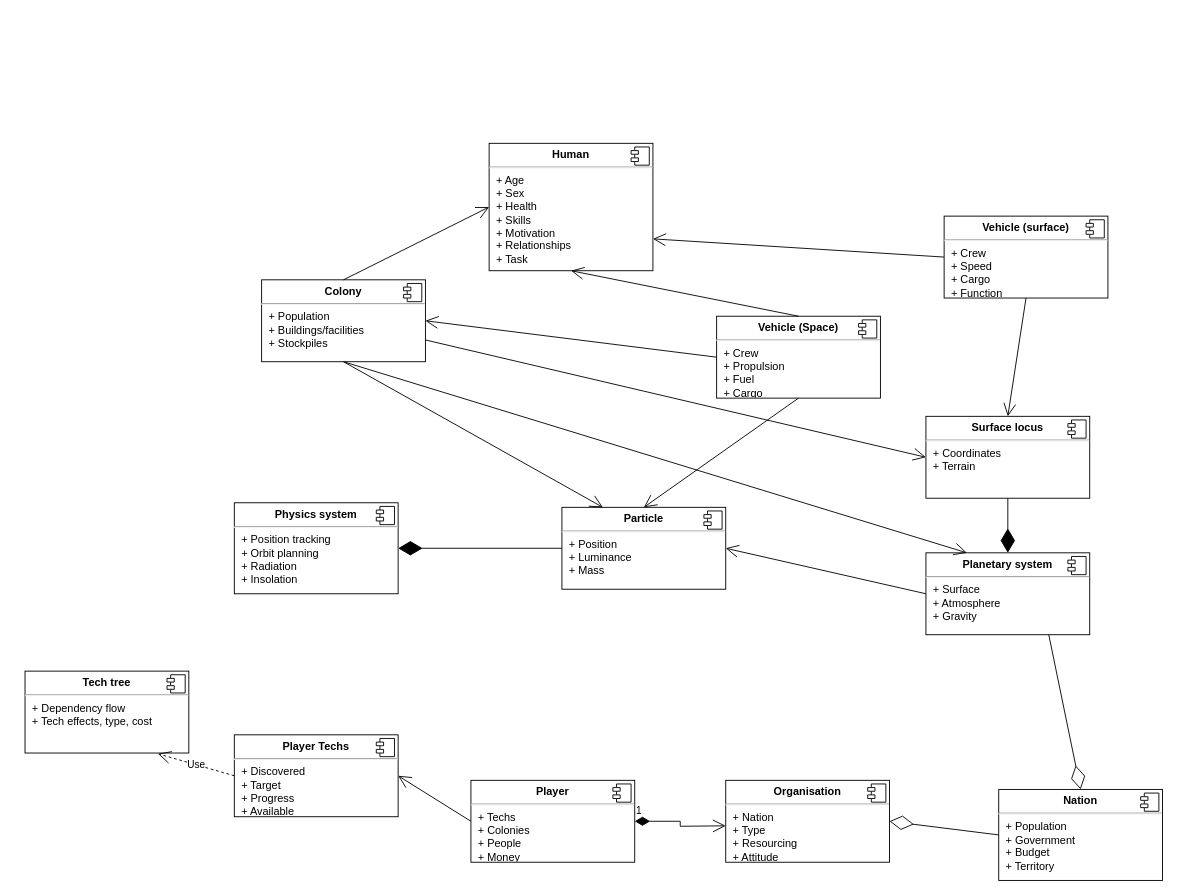
This is documentation/Space_top_level.drawio from EdW1-0/SpaceSim, a draw.io file, before an edit. Source tidied: cells renumbered, new cells numbered last; positions are measured from the earlier drawing's top-left corner, leaving out a move shared by most shapes. Both pictures are drawn from the tidied source at 91%, with x=0, y=0 at pixel (25, 143).
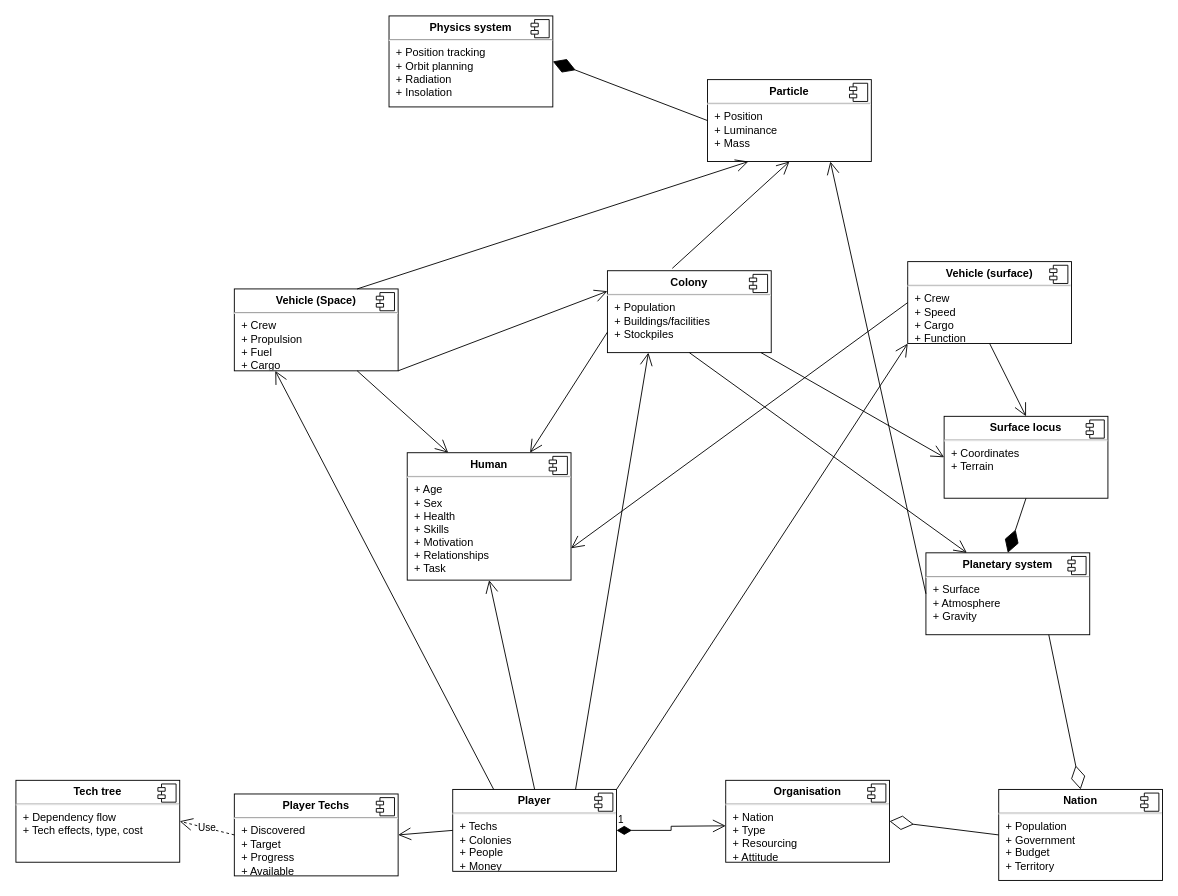
Above is the later version.

Commit message:
Reordered diagram and added linkage from player

Unchanged cells that the change refers to:
```xml
<mxCell id="10" value="&lt;p style=&quot;margin:0px;margin-top:6px;text-align:center;&quot;&gt;&lt;b&gt;Planetary system&lt;/b&gt;&lt;/p&gt;&lt;hr&gt;&lt;p style=&quot;margin:0px;margin-left:8px;&quot;&gt;+ Surface&lt;/p&gt;&lt;p style=&quot;margin:0px;margin-left:8px;&quot;&gt;+ Atmosphere&lt;/p&gt;&lt;p style=&quot;margin:0px;margin-left:8px;&quot;&gt;+ Gravity&lt;/p&gt;" style="align=left;overflow=fill;html=1;rounded=0;" parent="1" vertex="1">
  <mxGeometry x="990" y="450" width="180" height="90" as="geometry" />
</mxCell>
```

The edit, as a diff of the source:
```diff
@@
     <mxCell id="2" value="&lt;p style=&quot;margin:0px;margin-top:6px;text-align:center;&quot;&gt;&lt;b&gt;Physics system&lt;/b&gt;&lt;/p&gt;&lt;hr&gt;&lt;p style=&quot;margin:0px;margin-left:8px;&quot;&gt;+ Position tracking&lt;br&gt;+ Orbit planning&lt;/p&gt;&lt;p style=&quot;margin:0px;margin-left:8px;&quot;&gt;+ Radiation&lt;/p&gt;&lt;p style=&quot;margin:0px;margin-left:8px;&quot;&gt;+ Insolation&lt;/p&gt;" style="align=left;overflow=fill;html=1;rounded=0;" parent="1" vertex="1">
-      <mxGeometry x="230" y="395" width="180" height="100" as="geometry" />
+      <mxGeometry x="400" y="-140" width="180" height="100" as="geometry" />
     </mxCell>
@@
     <mxCell id="4" value="&lt;p style=&quot;margin:0px;margin-top:6px;text-align:center;&quot;&gt;&lt;b&gt;Player&lt;/b&gt;&lt;/p&gt;&lt;hr&gt;&lt;p style=&quot;margin:0px;margin-left:8px;&quot;&gt;+ Techs&lt;br&gt;+ Colonies&lt;/p&gt;&lt;p style=&quot;margin:0px;margin-left:8px;&quot;&gt;+ People&lt;/p&gt;&lt;p style=&quot;margin:0px;margin-left:8px;&quot;&gt;+ Money&lt;/p&gt;" style="align=left;overflow=fill;html=1;rounded=0;" parent="1" vertex="1">
-      <mxGeometry x="490" y="700" width="180" height="90" as="geometry" />
+      <mxGeometry x="470" y="710" width="180" height="90" as="geometry" />
     </mxCell>
@@
     <mxCell id="8" value="&lt;p style=&quot;margin:0px;margin-top:6px;text-align:center;&quot;&gt;&lt;b&gt;Tech tree&lt;/b&gt;&lt;/p&gt;&lt;hr&gt;&lt;p style=&quot;margin:0px;margin-left:8px;&quot;&gt;+ Dependency flow&lt;br&gt;+ Tech effects, type, cost&lt;/p&gt;" style="align=left;overflow=fill;html=1;rounded=0;" parent="1" vertex="1">
-      <mxGeometry y="580" width="180" height="90" as="geometry" />
+      <mxGeometry x="-10" y="700" width="180" height="90" as="geometry" />
     </mxCell>
@@
     <mxCell id="12" value="&lt;p style=&quot;margin:0px;margin-top:6px;text-align:center;&quot;&gt;&lt;b&gt;Colony&lt;/b&gt;&lt;/p&gt;&lt;hr&gt;&lt;p style=&quot;margin:0px;margin-left:8px;&quot;&gt;+ Population&lt;br&gt;+ Buildings/facilities&lt;/p&gt;&lt;p style=&quot;margin:0px;margin-left:8px;&quot;&gt;+ Stockpiles&lt;/p&gt;" style="align=left;overflow=fill;html=1;rounded=0;" parent="1" vertex="1">
-      <mxGeometry x="260" y="150" width="180" height="90" as="geometry" />
+      <mxGeometry x="640" y="140" width="180" height="90" as="geometry" />
     </mxCell>
@@
     <mxCell id="14" value="&lt;p style=&quot;margin:0px;margin-top:6px;text-align:center;&quot;&gt;&lt;b&gt;Human&lt;/b&gt;&lt;/p&gt;&lt;hr&gt;&lt;p style=&quot;margin:0px;margin-left:8px;&quot;&gt;+ Age&lt;br&gt;+ Sex&lt;/p&gt;&lt;p style=&quot;margin:0px;margin-left:8px;&quot;&gt;+ Health&lt;/p&gt;&lt;p style=&quot;margin:0px;margin-left:8px;&quot;&gt;+ Skills&lt;/p&gt;&lt;p style=&quot;margin:0px;margin-left:8px;&quot;&gt;+ Motivation&lt;/p&gt;&lt;p style=&quot;margin:0px;margin-left:8px;&quot;&gt;+ Relationships&lt;/p&gt;&lt;p style=&quot;margin:0px;margin-left:8px;&quot;&gt;+ Task&lt;/p&gt;" style="align=left;overflow=fill;html=1;rounded=0;" parent="1" vertex="1">
-      <mxGeometry x="510" width="180" height="140" as="geometry" />
+      <mxGeometry x="420" y="340" width="180" height="140" as="geometry" />
     </mxCell>
@@
     <mxCell id="16" value="&lt;p style=&quot;margin:0px;margin-top:6px;text-align:center;&quot;&gt;&lt;b&gt;Vehicle (Space)&lt;/b&gt;&lt;/p&gt;&lt;hr&gt;&lt;p style=&quot;margin:0px;margin-left:8px;&quot;&gt;+ Crew&lt;br&gt;+ Propulsion&lt;/p&gt;&lt;p style=&quot;margin:0px;margin-left:8px;&quot;&gt;+ Fuel&lt;/p&gt;&lt;p style=&quot;margin:0px;margin-left:8px;&quot;&gt;+ Cargo&lt;/p&gt;" style="align=left;overflow=fill;html=1;rounded=0;" parent="1" vertex="1">
-      <mxGeometry x="760" y="190" width="180" height="90" as="geometry" />
+      <mxGeometry x="230" y="160" width="180" height="90" as="geometry" />
     </mxCell>
@@
     <mxCell id="18" value="&lt;p style=&quot;margin:0px;margin-top:6px;text-align:center;&quot;&gt;&lt;b&gt;Vehicle (surface)&lt;/b&gt;&lt;/p&gt;&lt;hr&gt;&lt;p style=&quot;margin:0px;margin-left:8px;&quot;&gt;+ Crew&lt;/p&gt;&lt;p style=&quot;margin:0px;margin-left:8px;&quot;&gt;+ Speed&lt;/p&gt;&lt;p style=&quot;margin:0px;margin-left:8px;&quot;&gt;+ Cargo&lt;/p&gt;&lt;p style=&quot;margin:0px;margin-left:8px;&quot;&gt;+ Function&lt;/p&gt;" style="align=left;overflow=fill;html=1;rounded=0;" parent="1" vertex="1">
-      <mxGeometry x="1010" y="80" width="180" height="90" as="geometry" />
+      <mxGeometry x="970" y="130" width="180" height="90" as="geometry" />
     </mxCell>
@@
     <mxCell id="26" value="&lt;p style=&quot;margin:0px;margin-top:6px;text-align:center;&quot;&gt;&lt;b&gt;Particle&lt;/b&gt;&lt;/p&gt;&lt;hr&gt;&lt;p style=&quot;margin:0px;margin-left:8px;&quot;&gt;+ Position&lt;br&gt;&lt;/p&gt;&lt;p style=&quot;margin:0px;margin-left:8px;&quot;&gt;+ Luminance&lt;/p&gt;&lt;p style=&quot;margin:0px;margin-left:8px;&quot;&gt;+ Mass&lt;/p&gt;" style="align=left;overflow=fill;html=1;rounded=0;" parent="1" vertex="1">
-      <mxGeometry x="590" y="400" width="180" height="90" as="geometry" />
+      <mxGeometry x="750" y="-70" width="180" height="90" as="geometry" />
     </mxCell>
@@
-    <mxCell id="29" style="endArrow=open;endFill=1;endSize=12;html=1;rounded=0;exitX=0.5;exitY=1;exitDx=0;exitDy=0;entryX=0.5;entryY=0;entryDx=0;entryDy=0;" parent="1" edge="1" source="16" target="26">
+    <mxCell id="29" style="endArrow=open;endFill=1;endSize=12;html=1;rounded=0;exitX=0.75;exitY=0;exitDx=0;exitDy=0;entryX=0.25;entryY=1;entryDx=0;entryDy=0;" parent="1" edge="1" source="16" target="26">
       <mxGeometry relative="1" as="geometry" />
     </mxCell>
-    <mxCell id="30" style="endArrow=open;endFill=1;endSize=12;html=1;rounded=0;exitX=0;exitY=0.5;exitDx=0;exitDy=0;entryX=1;entryY=0.5;entryDx=0;entryDy=0;" parent="1" edge="1" source="10" target="26">
+    <mxCell id="30" style="endArrow=open;endFill=1;endSize=12;html=1;rounded=0;exitX=0;exitY=0.5;exitDx=0;exitDy=0;entryX=0.75;entryY=1;entryDx=0;entryDy=0;" parent="1" edge="1" source="10" target="26">
       <mxGeometry relative="1" as="geometry" />
     </mxCell>
@@
-    <mxCell id="32" style="endArrow=open;endFill=1;endSize=12;html=1;rounded=0;exitX=0.5;exitY=1;exitDx=0;exitDy=0;entryX=0.25;entryY=0;entryDx=0;entryDy=0;" parent="1" edge="1" source="12" target="26">
+    <mxCell id="32" style="endArrow=open;endFill=1;endSize=12;html=1;rounded=0;exitX=0.396;exitY=-0.029;exitDx=0;exitDy=0;entryX=0.5;entryY=1;entryDx=0;entryDy=0;exitPerimeter=0;" parent="1" edge="1" source="12" target="26">
       <mxGeometry relative="1" as="geometry" />
     </mxCell>
@@
-    <mxCell id="34" style="endArrow=open;endFill=1;endSize=12;html=1;rounded=0;exitX=0;exitY=0.5;exitDx=0;exitDy=0;entryX=1;entryY=0.5;entryDx=0;entryDy=0;" parent="1" edge="1" source="16" target="12">
+    <mxCell id="34" style="endArrow=open;endFill=1;endSize=12;html=1;rounded=0;exitX=1;exitY=1;exitDx=0;exitDy=0;entryX=0;entryY=0.25;entryDx=0;entryDy=0;" parent="1" edge="1" source="16" target="12">
       <mxGeometry relative="1" as="geometry" />
     </mxCell>
-    <mxCell id="35" style="endArrow=open;endFill=1;endSize=12;html=1;rounded=0;exitX=0.5;exitY=0;exitDx=0;exitDy=0;entryX=0;entryY=0.5;entryDx=0;entryDy=0;" parent="1" edge="1" source="12" target="14">
+    <mxCell id="35" style="endArrow=open;endFill=1;endSize=12;html=1;rounded=0;exitX=0;exitY=0.75;exitDx=0;exitDy=0;entryX=0.75;entryY=0;entryDx=0;entryDy=0;" parent="1" edge="1" source="12" target="14">
       <mxGeometry relative="1" as="geometry" />
     </mxCell>
-    <mxCell id="36" style="endArrow=open;endFill=1;endSize=12;html=1;rounded=0;exitX=0.5;exitY=0;exitDx=0;exitDy=0;entryX=0.5;entryY=1;entryDx=0;entryDy=0;" parent="1" edge="1" source="16" target="14">
+    <mxCell id="36" style="endArrow=open;endFill=1;endSize=12;html=1;rounded=0;exitX=0.75;exitY=1;exitDx=0;exitDy=0;entryX=0.25;entryY=0;entryDx=0;entryDy=0;" parent="1" edge="1" source="16" target="14">
       <mxGeometry relative="1" as="geometry" />
     </mxCell>
@@
     <mxCell id="38" value="&lt;p style=&quot;margin:0px;margin-top:6px;text-align:center;&quot;&gt;&lt;b&gt;Player Techs&lt;/b&gt;&lt;/p&gt;&lt;hr&gt;&lt;p style=&quot;margin:0px;margin-left:8px;&quot;&gt;+ Discovered&lt;br&gt;+ Target&lt;/p&gt;&lt;p style=&quot;margin:0px;margin-left:8px;&quot;&gt;+ Progress&lt;/p&gt;&lt;p style=&quot;margin:0px;margin-left:8px;&quot;&gt;+ Available&lt;/p&gt;" style="align=left;overflow=fill;html=1;rounded=0;" parent="1" vertex="1">
-      <mxGeometry x="230" y="650" width="180" height="90" as="geometry" />
+      <mxGeometry x="230" y="715" width="180" height="90" as="geometry" />
     </mxCell>
@@
-    <mxCell id="40" value="Use" style="endArrow=open;endSize=12;dashed=1;html=1;rounded=0;entryX=0.811;entryY=1.009;entryDx=0;entryDy=0;entryPerimeter=0;exitX=0;exitY=0.5;exitDx=0;exitDy=0;" parent="1" edge="1" source="38" target="8">
+    <mxCell id="40" value="Use" style="endArrow=open;endSize=12;dashed=1;html=1;rounded=0;entryX=1;entryY=0.5;entryDx=0;entryDy=0;exitX=0;exitY=0.5;exitDx=0;exitDy=0;" parent="1" edge="1" source="38" target="8">
       <mxGeometry relative="1" as="geometry" />
     </mxCell>
     <mxCell id="41" value="&lt;p style=&quot;margin:0px;margin-top:6px;text-align:center;&quot;&gt;&lt;b&gt;Surface locus&lt;/b&gt;&lt;/p&gt;&lt;hr&gt;&lt;p style=&quot;margin:0px;margin-left:8px;&quot;&gt;+ Coordinates&lt;/p&gt;&lt;p style=&quot;margin:0px;margin-left:8px;&quot;&gt;+ Terrain&lt;/p&gt;" style="align=left;overflow=fill;html=1;rounded=0;" parent="1" vertex="1">
-      <mxGeometry x="990" y="300" width="180" height="90" as="geometry" />
+      <mxGeometry x="1010" y="300" width="180" height="90" as="geometry" />
     </mxCell>
@@
+    <mxCell id="45" style="endArrow=open;endFill=1;endSize=12;html=1;rounded=0;exitX=0.5;exitY=0;exitDx=0;exitDy=0;entryX=0.5;entryY=1;entryDx=0;entryDy=0;" parent="1" edge="1" source="4" target="14">
+      <mxGeometry relative="1" as="geometry" />
+    </mxCell>
+    <mxCell id="46" style="endArrow=open;endFill=1;endSize=12;html=1;rounded=0;entryX=0.25;entryY=1;entryDx=0;entryDy=0;exitX=0.25;exitY=0;exitDx=0;exitDy=0;" parent="1" edge="1" source="4" target="16">
+      <mxGeometry relative="1" as="geometry" />
+    </mxCell>
+    <mxCell id="47" style="endArrow=open;endFill=1;endSize=12;html=1;rounded=0;exitX=0.75;exitY=0;exitDx=0;exitDy=0;entryX=0.25;entryY=1;entryDx=0;entryDy=0;" parent="1" edge="1" source="4" target="12">
+      <mxGeometry relative="1" as="geometry" />
+    </mxCell>
+    <mxCell id="48" style="endArrow=open;endFill=1;endSize=12;html=1;rounded=0;exitX=1;exitY=0;exitDx=0;exitDy=0;entryX=0;entryY=1;entryDx=0;entryDy=0;" parent="1" edge="1" source="4" target="18">
+      <mxGeometry relative="1" as="geometry" />
+    </mxCell>
```
